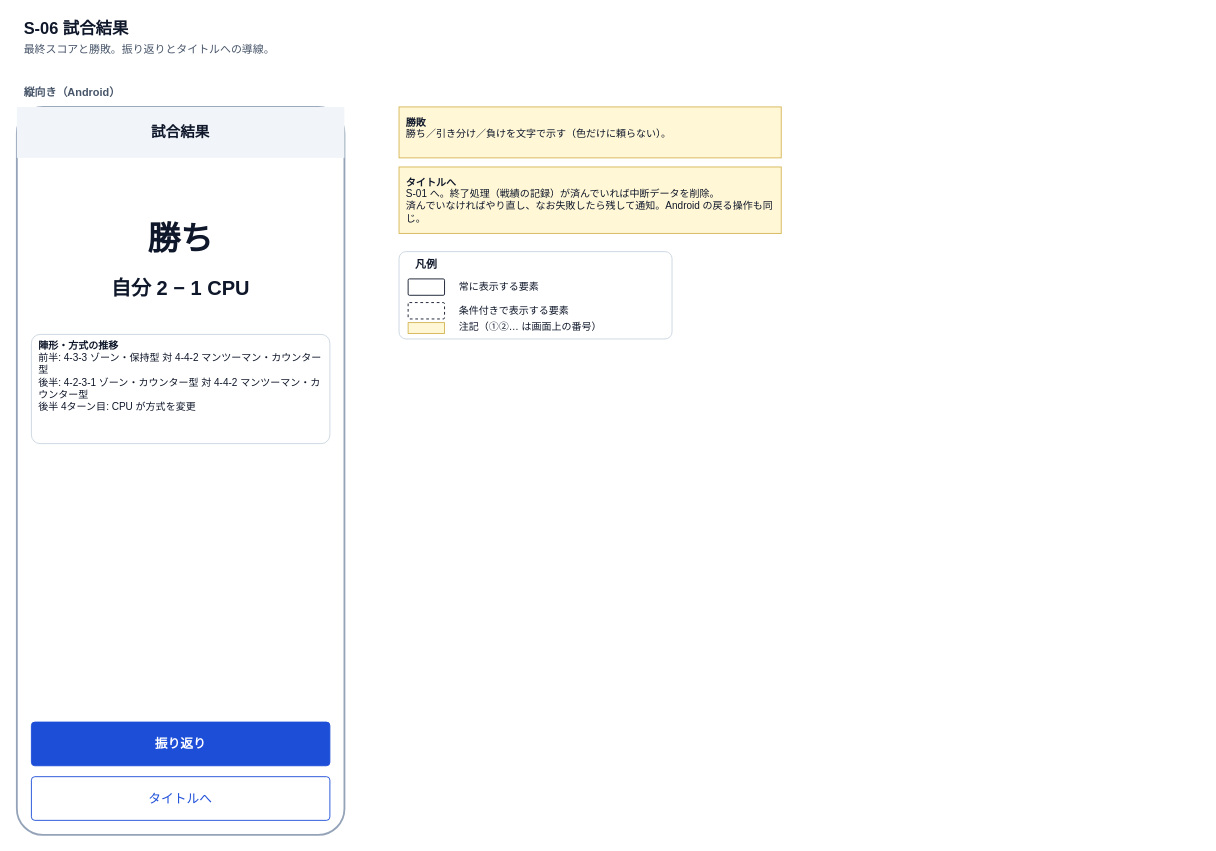
Before: page "wireframe-s06-result" (6 of 12) of docs/specs/2_basic-design/wireframes.drawio in n-yata/soccer-sim, a draw.io diagram. Source tidied: cells renumbered, new cells numbered last; positions are measured from the earlier drawing's top-left corner, leaving out a move shared by most shapes. Both pictures are drawn from the tidied source at 91%, with x=0, y=0 at pixel (16, 15).
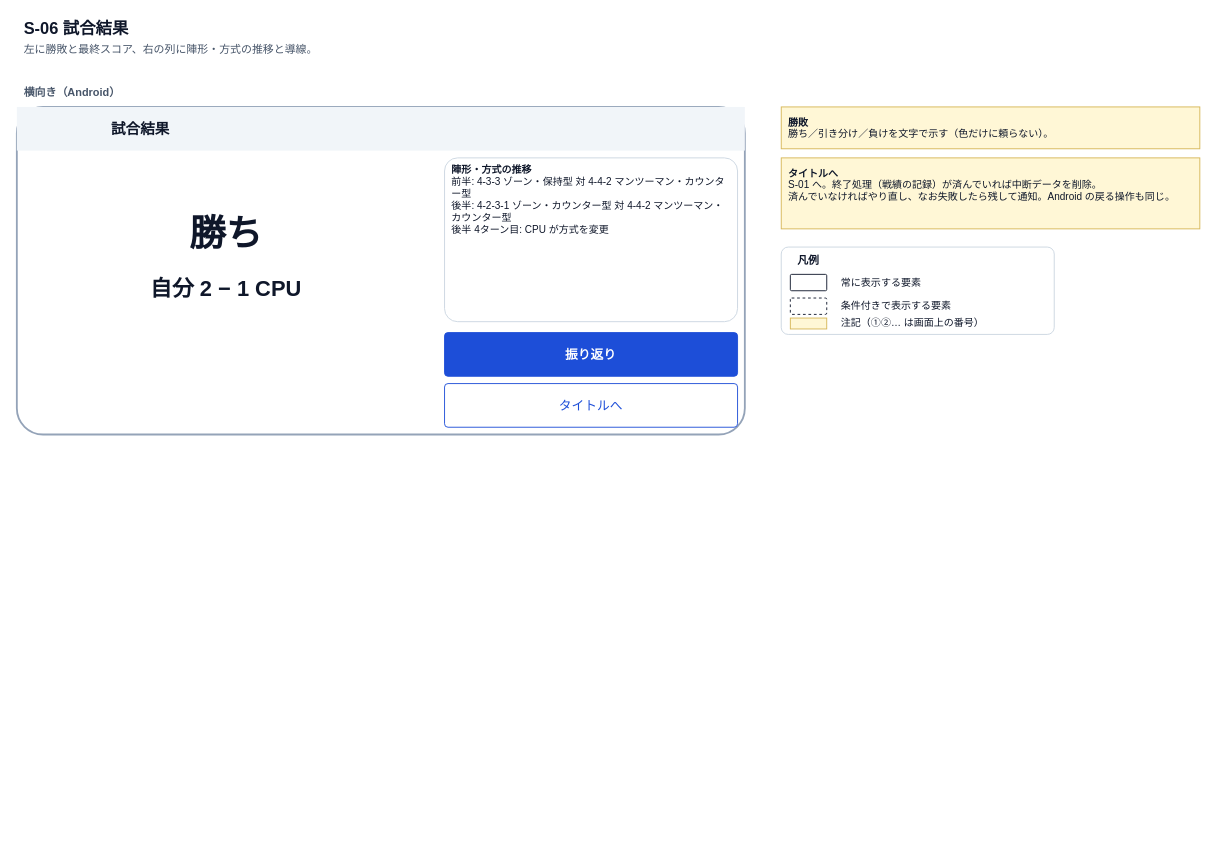
The same page after the edit.

Diff of the diagram source:
```diff
@@
-    <mxCell id="3" value="最終スコアと勝敗。振り返りとタイトルへの導線。" style="rounded=0;arcSize=8;whiteSpace=wrap;html=1;fillColor=none;strokeColor=none;fontSize=12;fontColor=#475569;align=left;verticalAlign=middle;spacingLeft=6;spacingRight=6;" parent="1" vertex="1">
+    <mxCell id="3" value="左に勝敗と最終スコア、右の列に陣形・方式の推移と導線。" style="rounded=0;arcSize=8;whiteSpace=wrap;html=1;fillColor=none;strokeColor=none;fontSize=12;fontColor=#475569;align=left;verticalAlign=middle;spacingLeft=6;spacingRight=6;" parent="1" vertex="1">
       <mxGeometry y="26" width="1200" height="22" as="geometry" />
     </mxCell>
-    <mxCell id="4" value="縦向き（Android）" style="rounded=0;arcSize=8;whiteSpace=wrap;html=1;fillColor=none;strokeColor=none;fontSize=12;fontColor=#475569;align=left;verticalAlign=middle;spacingLeft=6;spacingRight=6;fontStyle=1;" parent="1" vertex="1">
-      <mxGeometry y="74" width="360" height="22" as="geometry" />
+    <mxCell id="4" value="横向き（Android）" style="rounded=0;arcSize=8;whiteSpace=wrap;html=1;fillColor=none;strokeColor=none;fontSize=12;fontColor=#475569;align=left;verticalAlign=middle;spacingLeft=6;spacingRight=6;fontStyle=1;" parent="1" vertex="1">
+      <mxGeometry y="74" width="800" height="22" as="geometry" />
     </mxCell>
     <mxCell id="5" style="rounded=1;arcSize=8;whiteSpace=wrap;html=1;fillColor=#FFFFFF;strokeColor=#94A3B8;fontSize=12;fontColor=#0F172A;align=center;verticalAlign=middle;spacingLeft=6;spacingRight=6;strokeWidth=2;" parent="1" vertex="1">
-      <mxGeometry y="100" width="360" height="800" as="geometry" />
+      <mxGeometry y="100" width="800" height="360" as="geometry" />
     </mxCell>
     <mxCell id="6" style="rounded=0;arcSize=8;whiteSpace=wrap;html=1;fillColor=#F1F5F9;strokeColor=none;fontSize=12;fontColor=#0F172A;align=center;verticalAlign=middle;spacingLeft=6;spacingRight=6;" parent="1" vertex="1">
-      <mxGeometry y="100" width="360" height="56" as="geometry" />
+      <mxGeometry y="100" width="800" height="48" as="geometry" />
     </mxCell>
-    <mxCell id="7" value="試合結果" style="rounded=0;arcSize=8;whiteSpace=wrap;html=1;fillColor=none;strokeColor=none;fontSize=16;fontColor=#0F172A;align=center;verticalAlign=middle;spacingLeft=6;spacingRight=6;fontStyle=1;" parent="1" vertex="1">
-      <mxGeometry x="90" y="108" width="180" height="40" as="geometry" />
+    <mxCell id="7" value="試合結果" style="rounded=0;arcSize=8;whiteSpace=wrap;html=1;fillColor=none;strokeColor=none;fontSize=16;fontColor=#0F172A;align=left;verticalAlign=middle;spacingLeft=6;spacingRight=6;fontStyle=1;" parent="1" vertex="1">
+      <mxGeometry x="96" y="104" width="400" height="40" as="geometry" />
     </mxCell>
-    <mxCell id="8" value="勝ち" style="rounded=0;arcSize=8;whiteSpace=wrap;html=1;fillColor=none;strokeColor=none;fontSize=36;fontColor=#0F172A;align=center;verticalAlign=middle;spacingLeft=6;spacingRight=6;fontStyle=1;" parent="1" vertex="1">
-      <mxGeometry y="220" width="360" height="50" as="geometry" />
+    <mxCell id="8" value="勝ち" style="rounded=0;arcSize=8;whiteSpace=wrap;html=1;fillColor=none;strokeColor=none;fontSize=40;fontColor=#0F172A;align=center;verticalAlign=middle;spacingLeft=6;spacingRight=6;fontStyle=1;" parent="1" vertex="1">
+      <mxGeometry y="210" width="460" height="56" as="geometry" />
     </mxCell>
-    <mxCell id="9" value="自分 2 − 1 CPU" style="rounded=0;arcSize=8;whiteSpace=wrap;html=1;fillColor=none;strokeColor=none;fontSize=22;fontColor=#0F172A;align=center;verticalAlign=middle;spacingLeft=6;spacingRight=6;fontStyle=1;" parent="1" vertex="1">
-      <mxGeometry y="280" width="360" height="40" as="geometry" />
+    <mxCell id="9" value="自分 2 − 1 CPU" style="rounded=0;arcSize=8;whiteSpace=wrap;html=1;fillColor=none;strokeColor=none;fontSize=24;fontColor=#0F172A;align=center;verticalAlign=middle;spacingLeft=6;spacingRight=6;fontStyle=1;" parent="1" vertex="1">
+      <mxGeometry y="280" width="460" height="40" as="geometry" />
     </mxCell>
     <mxCell id="10" value="&lt;b&gt;陣形・方式の推移&lt;/b&gt;&lt;br&gt;前半: 4-3-3 ゾーン・保持型 対 4-4-2 マンツーマン・カウンター型&lt;br&gt;後半: 4-2-3-1 ゾーン・カウンター型 対 4-4-2 マンツーマン・カウンター型&lt;br&gt;後半 4ターン目: CPU が方式を変更" style="rounded=1;arcSize=8;whiteSpace=wrap;html=1;fillColor=#FFFFFF;strokeColor=#CBD5E1;fontSize=11;fontColor=#0F172A;align=left;verticalAlign=top;spacingLeft=6;spacingRight=6;" parent="1" vertex="1">
-      <mxGeometry x="16" y="350" width="328" height="120" as="geometry" />
+      <mxGeometry x="470" y="156" width="322" height="180" as="geometry" />
     </mxCell>
     <mxCell id="11" value="振り返り" style="rounded=1;arcSize=8;whiteSpace=wrap;html=1;fillColor=#1D4ED8;strokeColor=#1D4ED8;fontSize=14;fontColor=#FFFFFF;align=center;verticalAlign=middle;spacingLeft=6;spacingRight=6;fontStyle=1;" parent="1" vertex="1">
-      <mxGeometry x="16" y="776" width="328" height="48" as="geometry" />
+      <mxGeometry x="470" y="348" width="322" height="48" as="geometry" />
     </mxCell>
     <mxCell id="12" value="タイトルへ" style="rounded=1;arcSize=8;whiteSpace=wrap;html=1;fillColor=#FFFFFF;strokeColor=#1D4ED8;fontSize=14;fontColor=#1D4ED8;align=center;verticalAlign=middle;spacingLeft=6;spacingRight=6;" parent="1" vertex="1">
-      <mxGeometry x="16" y="836" width="328" height="48" as="geometry" />
+      <mxGeometry x="470" y="404" width="322" height="48" as="geometry" />
     </mxCell>
     <mxCell id="13" value="&lt;b&gt;勝敗&lt;/b&gt;&lt;br&gt;勝ち／引き分け／負けを文字で示す（色だけに頼らない）。" style="rounded=0;arcSize=8;whiteSpace=wrap;html=1;fillColor=#FFF7D6;strokeColor=#D6B656;fontSize=11;fontColor=#0F172A;align=left;verticalAlign=top;spacingLeft=6;spacingRight=6;spacingTop=4;" parent="1" vertex="1">
-      <mxGeometry x="420" y="100" width="420" height="56" as="geometry" />
+      <mxGeometry x="840" y="100" width="460" height="46" as="geometry" />
     </mxCell>
     <mxCell id="14" value="&lt;b&gt;タイトルへ&lt;/b&gt;&lt;br&gt;S-01 へ。終了処理（戦績の記録）が済んでいれば中断データを削除。&lt;br&gt;済んでいなければやり直し、なお失敗したら残して通知。Android の戻る操作も同じ。" style="rounded=0;arcSize=8;whiteSpace=wrap;html=1;fillColor=#FFF7D6;strokeColor=#D6B656;fontSize=11;fontColor=#0F172A;align=left;verticalAlign=top;spacingLeft=6;spacingRight=6;spacingTop=4;" parent="1" vertex="1">
-      <mxGeometry x="420" y="166" width="420" height="73" as="geometry" />
+      <mxGeometry x="840" y="156" width="460" height="78" as="geometry" />
     </mxCell>
     <mxCell id="15" style="rounded=1;arcSize=8;whiteSpace=wrap;html=1;fillColor=#FFFFFF;strokeColor=#CBD5E1;fontSize=12;fontColor=#0F172A;align=center;verticalAlign=middle;spacingLeft=6;spacingRight=6;" parent="1" vertex="1">
-      <mxGeometry x="420" y="259" width="300" height="96" as="geometry" />
+      <mxGeometry x="840" y="254" width="300" height="96" as="geometry" />
     </mxCell>
     <mxCell id="16" value="凡例" style="rounded=0;arcSize=8;whiteSpace=wrap;html=1;fillColor=none;strokeColor=none;fontSize=12;fontColor=#0F172A;align=left;verticalAlign=middle;spacingLeft=6;spacingRight=6;fontStyle=1;" parent="1" vertex="1">
-      <mxGeometry x="430" y="265" width="280" height="18" as="geometry" />
+      <mxGeometry x="850" y="260" width="280" height="18" as="geometry" />
     </mxCell>
     <mxCell id="17" style="rounded=1;arcSize=8;whiteSpace=wrap;html=1;fillColor=#FFFFFF;strokeColor=#0F172A;fontSize=12;fontColor=#0F172A;align=center;verticalAlign=middle;spacingLeft=6;spacingRight=6;" parent="1" vertex="1">
-      <mxGeometry x="430" y="289" width="40" height="18" as="geometry" />
+      <mxGeometry x="850" y="284" width="40" height="18" as="geometry" />
     </mxCell>
     <mxCell id="18" value="常に表示する要素" style="rounded=0;arcSize=8;whiteSpace=wrap;html=1;fillColor=none;strokeColor=none;fontSize=11;fontColor=#0F172A;align=left;verticalAlign=middle;spacingLeft=6;spacingRight=6;" parent="1" vertex="1">
-      <mxGeometry x="478" y="289" width="230" height="18" as="geometry" />
+      <mxGeometry x="898" y="284" width="230" height="18" as="geometry" />
     </mxCell>
     <mxCell id="19" style="rounded=1;arcSize=8;whiteSpace=wrap;html=1;fillColor=#FFFFFF;strokeColor=#0F172A;fontSize=12;fontColor=#0F172A;align=center;verticalAlign=middle;spacingLeft=6;spacingRight=6;dashed=1;" parent="1" vertex="1">
-      <mxGeometry x="430" y="315" width="40" height="18" as="geometry" />
+      <mxGeometry x="850" y="310" width="40" height="18" as="geometry" />
     </mxCell>
     <mxCell id="20" value="条件付きで表示する要素" style="rounded=0;arcSize=8;whiteSpace=wrap;html=1;fillColor=none;strokeColor=none;fontSize=11;fontColor=#0F172A;align=left;verticalAlign=middle;spacingLeft=6;spacingRight=6;" parent="1" vertex="1">
-      <mxGeometry x="478" y="315" width="230" height="18" as="geometry" />
+      <mxGeometry x="898" y="310" width="230" height="18" as="geometry" />
     </mxCell>
     <mxCell id="21" style="rounded=0;arcSize=8;whiteSpace=wrap;html=1;fillColor=#FFF7D6;strokeColor=#D6B656;fontSize=12;fontColor=#0F172A;align=center;verticalAlign=middle;spacingLeft=6;spacingRight=6;" parent="1" vertex="1">
-      <mxGeometry x="430" y="337" width="40" height="12" as="geometry" />
+      <mxGeometry x="850" y="332" width="40" height="12" as="geometry" />
     </mxCell>
     <mxCell id="22" value="注記（①②… は画面上の番号）" style="rounded=0;arcSize=8;whiteSpace=wrap;html=1;fillColor=none;strokeColor=none;fontSize=11;fontColor=#0F172A;align=left;verticalAlign=middle;spacingLeft=6;spacingRight=6;" parent="1" vertex="1">
-      <mxGeometry x="478" y="333" width="230" height="18" as="geometry" />
+      <mxGeometry x="898" y="328" width="230" height="18" as="geometry" />
     </mxCell>
```
